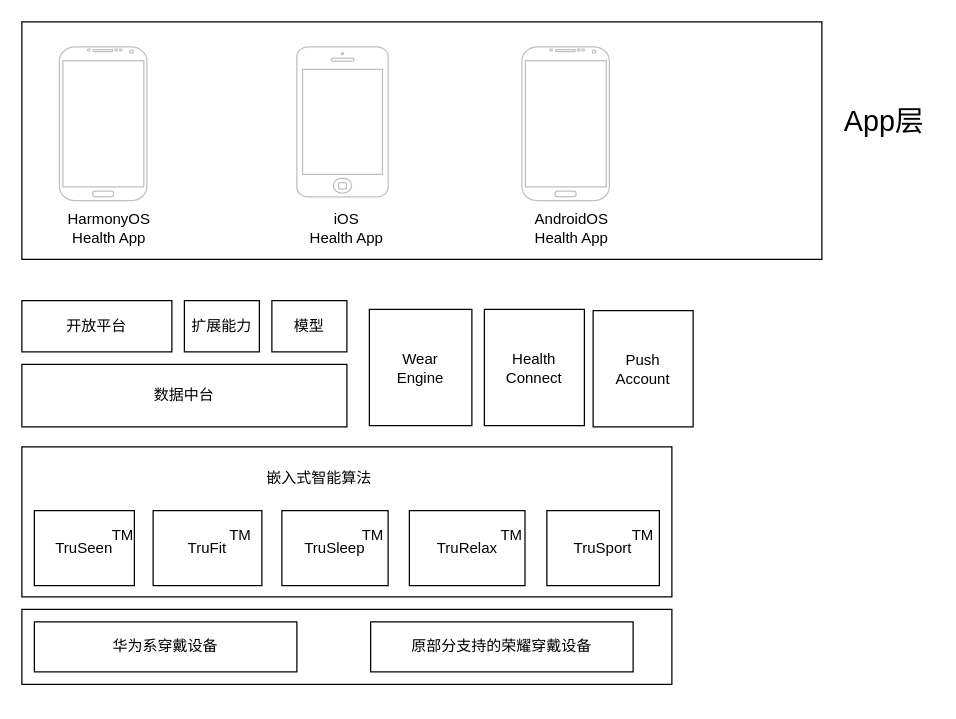
The draw.io diagram 运动健康全景架构图.drawio in HuaHero/interview, before the edit. Source tidied: cells renumbered, new cells numbered last; positions are measured from the earlier drawing's top-left corner, leaving out a move shared by most shapes. Both pictures are drawn from the tidied source at 125%, with x=0, y=0 at pixel (21, 21).
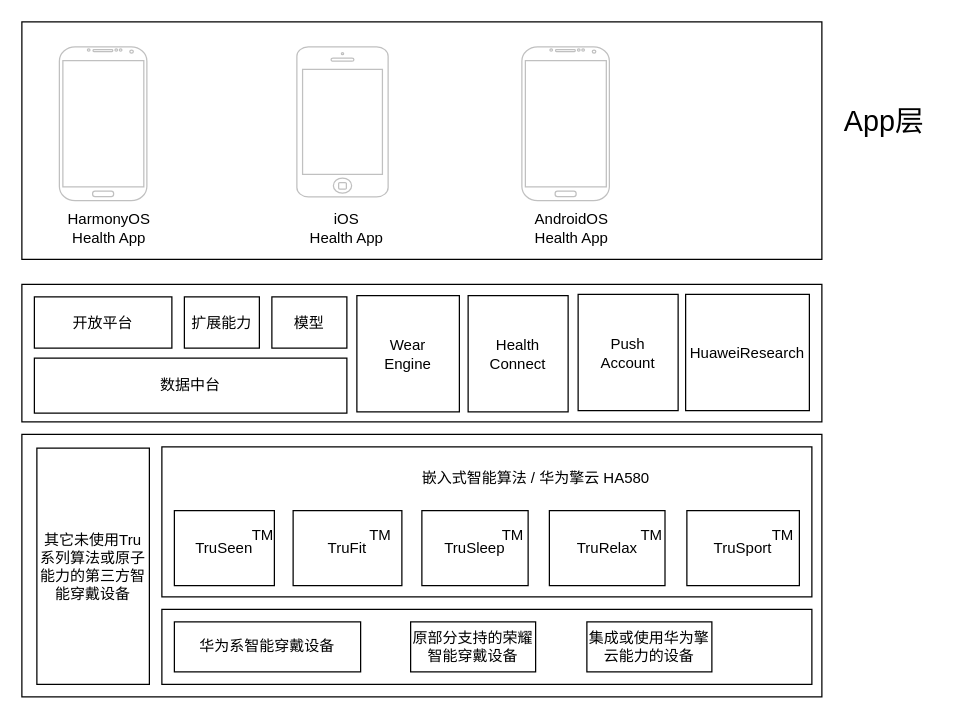
The same diagram, later.

Commit message:
更新运动健康全景架构图.drawio

Diff of the diagram source:
```diff
@@
+    <mxCell id="32" style="rounded=0;whiteSpace=wrap;html=1;" parent="1" vertex="1">
+      <mxGeometry y="210" width="640" height="110" as="geometry" />
+    </mxCell>
+    <mxCell id="33" style="rounded=0;whiteSpace=wrap;html=1;" parent="1" vertex="1">
+      <mxGeometry y="330" width="640" height="210" as="geometry" />
+    </mxCell>
@@
     <mxCell id="3" style="rounded=0;whiteSpace=wrap;html=1;" parent="1" vertex="1">
-      <mxGeometry y="340" width="520" height="120" as="geometry" />
+      <mxGeometry x="112" y="340" width="520" height="120" as="geometry" />
     </mxCell>
     <mxCell id="4" value="TruSeen" style="rounded=0;whiteSpace=wrap;html=1;" parent="1" vertex="1">
-      <mxGeometry x="10" y="391" width="80" height="60" as="geometry" />
+      <mxGeometry x="122" y="391" width="80" height="60" as="geometry" />
     </mxCell>
     <mxCell id="5" value="TruSleep" style="rounded=0;whiteSpace=wrap;html=1;" parent="1" vertex="1">
-      <mxGeometry x="208" y="391" width="85" height="60" as="geometry" />
+      <mxGeometry x="320" y="391" width="85" height="60" as="geometry" />
     </mxCell>
     <mxCell id="6" value="TruFit" style="rounded=0;whiteSpace=wrap;html=1;" parent="1" vertex="1">
-      <mxGeometry x="105" y="391" width="87" height="60" as="geometry" />
+      <mxGeometry x="217" y="391" width="87" height="60" as="geometry" />
     </mxCell>
     <mxCell id="7" value="TM" style="text;html=1;strokeColor=none;fillColor=none;align=center;verticalAlign=middle;whiteSpace=wrap;rounded=0;" parent="1" vertex="1">
-      <mxGeometry x="263" y="401" width="36" height="20" as="geometry" />
+      <mxGeometry x="375" y="401" width="36" height="20" as="geometry" />
     </mxCell>
     <mxCell id="8" value="TM" style="text;html=1;strokeColor=none;fillColor=none;align=center;verticalAlign=middle;whiteSpace=wrap;rounded=0;" parent="1" vertex="1">
-      <mxGeometry x="160" y="401" width="30" height="20" as="geometry" />
+      <mxGeometry x="272" y="401" width="30" height="20" as="geometry" />
     </mxCell>
     <mxCell id="9" value="TM" style="text;html=1;strokeColor=none;fillColor=none;align=center;verticalAlign=middle;whiteSpace=wrap;rounded=0;" parent="1" vertex="1">
-      <mxGeometry x="66" y="401" width="30" height="20" as="geometry" />
+      <mxGeometry x="178" y="401" width="30" height="20" as="geometry" />
     </mxCell>
     <mxCell id="10" value="TruRelax" style="rounded=0;whiteSpace=wrap;html=1;" parent="1" vertex="1">
-      <mxGeometry x="310" y="391" width="92.5" height="60" as="geometry" />
+      <mxGeometry x="422" y="391" width="92.5" height="60" as="geometry" />
     </mxCell>
     <mxCell id="11" value="TruSport" style="rounded=0;whiteSpace=wrap;html=1;" parent="1" vertex="1">
-      <mxGeometry x="420" y="391" width="90" height="60" as="geometry" />
+      <mxGeometry x="532" y="391" width="90" height="60" as="geometry" />
     </mxCell>
     <mxCell id="12" value="TM" style="text;html=1;strokeColor=none;fillColor=none;align=center;verticalAlign=middle;whiteSpace=wrap;rounded=0;" parent="1" vertex="1">
-      <mxGeometry x="384" y="401" width="16" height="20" as="geometry" />
+      <mxGeometry x="496" y="401" width="16" height="20" as="geometry" />
     </mxCell>
     <mxCell id="13" value="TM" style="text;html=1;strokeColor=none;fillColor=none;align=center;verticalAlign=middle;whiteSpace=wrap;rounded=0;" parent="1" vertex="1">
-      <mxGeometry x="489" y="401" width="16" height="20" as="geometry" />
+      <mxGeometry x="601" y="401" width="16" height="20" as="geometry" />
     </mxCell>
     <mxCell id="14" value="数据中台" style="rounded=0;whiteSpace=wrap;html=1;" parent="1" vertex="1">
-      <mxGeometry y="274" width="260" height="50" as="geometry" />
+      <mxGeometry x="10" y="269" width="250" height="44" as="geometry" />
     </mxCell>
     <mxCell id="15" value="开放平台" style="rounded=0;whiteSpace=wrap;html=1;" parent="1" vertex="1">
-      <mxGeometry y="223" width="120" height="41" as="geometry" />
+      <mxGeometry x="10" y="220" width="110" height="41" as="geometry" />
     </mxCell>
     <mxCell id="16" value="扩展能力" style="rounded=0;whiteSpace=wrap;html=1;" parent="1" vertex="1">
-      <mxGeometry x="130" y="223" width="60" height="41" as="geometry" />
+      <mxGeometry x="130" y="220" width="60" height="41" as="geometry" />
     </mxCell>
     <mxCell id="17" value="模型" style="rounded=0;whiteSpace=wrap;html=1;" parent="1" vertex="1">
-      <mxGeometry x="200" y="223" width="60" height="41" as="geometry" />
+      <mxGeometry x="200" y="220" width="60" height="41" as="geometry" />
     </mxCell>
     <mxCell id="18" value="Wear&lt;br&gt;Engine" style="rounded=0;whiteSpace=wrap;html=1;" parent="1" vertex="1">
-      <mxGeometry x="278" y="230" width="82" height="93" as="geometry" />
+      <mxGeometry x="268" y="219" width="82" height="93" as="geometry" />
     </mxCell>
     <mxCell id="19" style="rounded=0;whiteSpace=wrap;html=1;" parent="1" vertex="1">
-      <mxGeometry y="470" width="520" height="60" as="geometry" />
+      <mxGeometry x="112" y="470" width="520" height="60" as="geometry" />
     </mxCell>
-    <mxCell id="20" value="嵌入式智能算法" style="text;html=1;strokeColor=none;fillColor=none;align=center;verticalAlign=middle;whiteSpace=wrap;rounded=0;" parent="1" vertex="1">
-      <mxGeometry x="183" y="350" width="110" height="30" as="geometry" />
+    <mxCell id="20" value="嵌入式智能算法 /&amp;nbsp;华为擎云 HA580&amp;nbsp;" style="text;html=1;strokeColor=none;fillColor=none;align=center;verticalAlign=middle;whiteSpace=wrap;rounded=0;" parent="1" vertex="1">
+      <mxGeometry x="295" y="350" width="236" height="30" as="geometry" />
     </mxCell>
-    <mxCell id="21" value="华为系穿戴设备" style="rounded=0;whiteSpace=wrap;html=1;" parent="1" vertex="1">
-      <mxGeometry x="10" y="480" width="210" height="40" as="geometry" />
+    <mxCell id="21" value="华为系智能穿戴设备" style="rounded=0;whiteSpace=wrap;html=1;" parent="1" vertex="1">
+      <mxGeometry x="122" y="480" width="149" height="40" as="geometry" />
     </mxCell>
-    <mxCell id="22" value="原部分支持的荣耀穿戴设备" style="rounded=0;whiteSpace=wrap;html=1;" parent="1" vertex="1">
-      <mxGeometry x="279" y="480" width="210" height="40" as="geometry" />
+    <mxCell id="22" value="原部分支持的荣耀智能穿戴设备" style="rounded=0;whiteSpace=wrap;html=1;" parent="1" vertex="1">
+      <mxGeometry x="311" y="480" width="100" height="40" as="geometry" />
     </mxCell>
     <mxCell id="23" value="Health&lt;br&gt;Connect" style="rounded=0;whiteSpace=wrap;html=1;" parent="1" vertex="1">
-      <mxGeometry x="370" y="230" width="80" height="93" as="geometry" />
+      <mxGeometry x="357" y="219" width="80" height="93" as="geometry" />
     </mxCell>
     <mxCell id="24" value="Push&lt;br&gt;Account" style="rounded=0;whiteSpace=wrap;html=1;" parent="1" vertex="1">
-      <mxGeometry x="457" y="231" width="80" height="93" as="geometry" />
+      <mxGeometry x="445" y="218" width="80" height="93" as="geometry" />
     </mxCell>
@@
+    <mxCell id="34" value="集成或使用华为擎云能力的设备" style="rounded=0;whiteSpace=wrap;html=1;" parent="1" vertex="1">
+      <mxGeometry x="452" y="480" width="100" height="40" as="geometry" />
+    </mxCell>
+    <mxCell id="35" value="其它未使用Tru系列算法或原子能力的第三方智能穿戴设备" style="rounded=0;whiteSpace=wrap;html=1;" parent="1" vertex="1">
+      <mxGeometry x="12" y="341" width="90" height="189" as="geometry" />
+    </mxCell>
+    <mxCell id="36" value="HuaweiResearch" style="rounded=0;whiteSpace=wrap;html=1;" parent="1" vertex="1">
+      <mxGeometry x="531" y="218" width="99" height="93" as="geometry" />
+    </mxCell>
```
